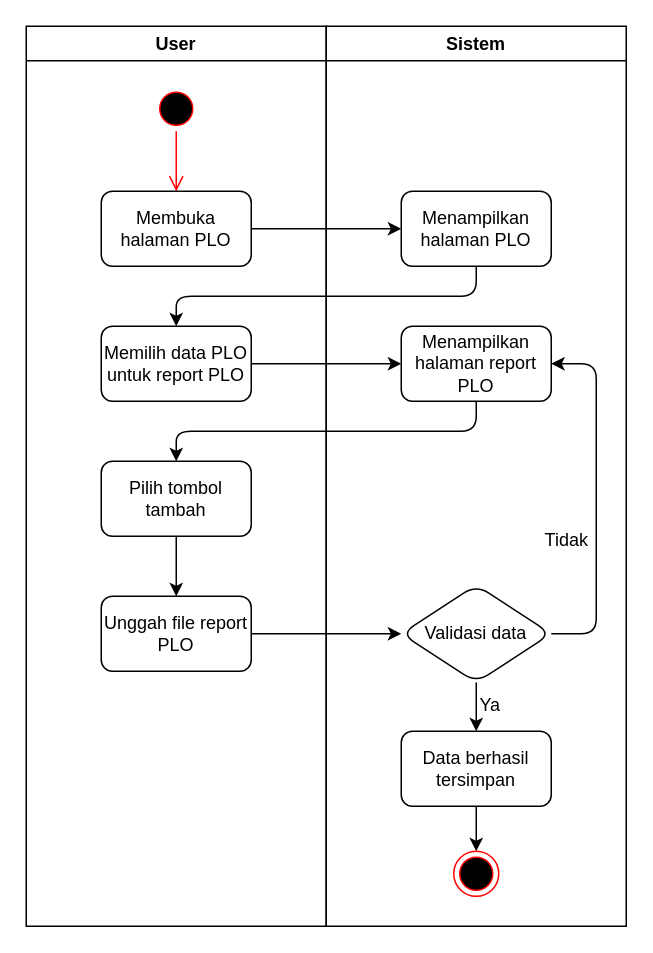
Earlier version of the draw.io diagram DOKUMENTASI IDMS/PLO/tambahreportPLO.drawio (rismanrhz/idms). Source tidied: cells renumbered, new cells numbered last; positions are measured from the earlier drawing's top-left corner, leaving out a move shared by most shapes. Both pictures are drawn from the tidied source at 150%, with x=0, y=0 at pixel (26, 26).
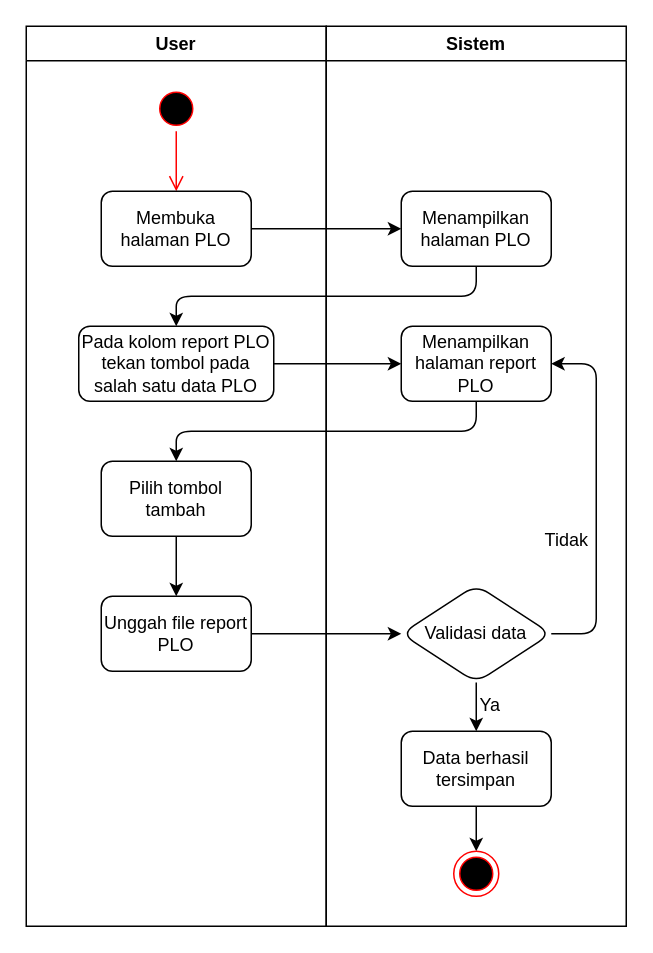
The same page after the edit.

Unchanged cells that the change refers to:
```xml
<mxCell id="2" value="User" style="swimlane;whiteSpace=wrap;html=1;startSize=23;" parent="1" vertex="1">
  <mxGeometry width="200" height="600" as="geometry" />
</mxCell>
```

What changed in the source:
```diff
@@
-    <mxCell id="6" value="Memilih data PLO untuk report PLO" style="rounded=1;whiteSpace=wrap;html=1;" parent="2" vertex="1">
-      <mxGeometry x="50" y="200" width="100" height="50" as="geometry" />
+    <mxCell id="6" value="&lt;span style=&quot;color: rgb(0, 0, 0);&quot;&gt;Pada kolom report PLO tekan tombol pada salah satu data PLO&lt;/span&gt;" style="rounded=1;whiteSpace=wrap;html=1;" parent="2" vertex="1">
+      <mxGeometry x="35" y="200" width="130" height="50" as="geometry" />
     </mxCell>
```
